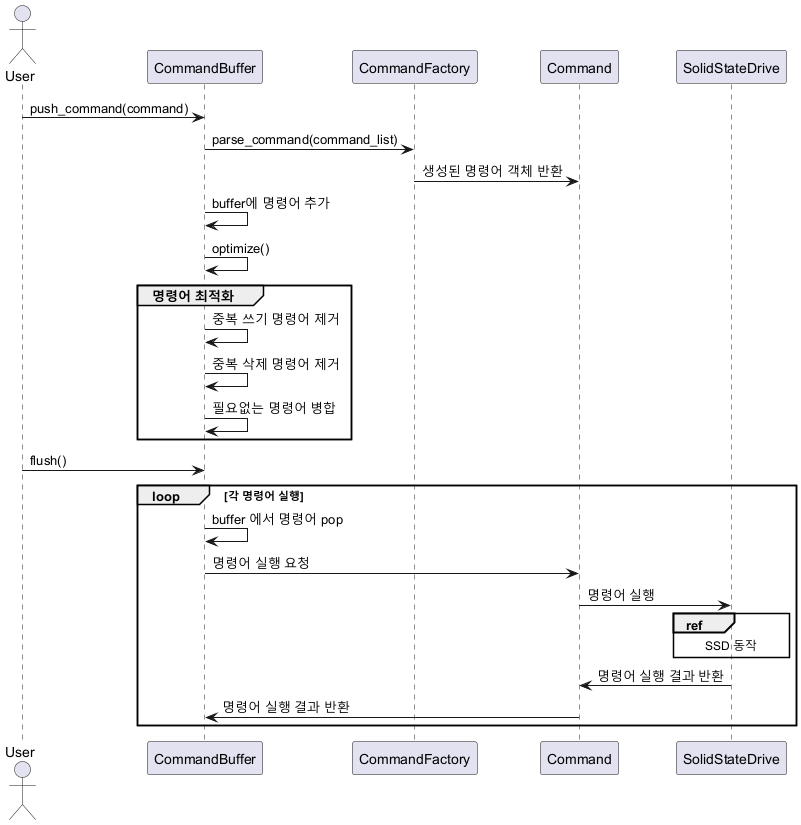
CRA7C/SSD keeps this PlantUML diagram as docs/_images/ssd/command_buffer_sequence.png. Above is the earlier version. The source it was exported from:
```plantuml
@startuml
actor User

participant CommandBuffer
participant CommandFactory
participant Command
participant SolidStateDrive

User -> CommandBuffer: push_command(command)
CommandBuffer -> CommandFactory: parse_command(command_list)
CommandFactory -> Command: 생성된 명령어 객체 반환
CommandBuffer -> CommandBuffer: buffer에 명령어 추가
CommandBuffer -> CommandBuffer: optimize()
group 명령어 최적화
    CommandBuffer -> CommandBuffer: 중복 쓰기 명령어 제거
    CommandBuffer -> CommandBuffer: 중복 삭제 명령어 제거
    CommandBuffer -> CommandBuffer: 필요없는 명령어 병합
end

User -> CommandBuffer: flush()
loop 각 명령어 실행
    CommandBuffer -> CommandBuffer: buffer 에서 명령어 pop
    CommandBuffer -> Command: 명령어 실행 요청
    Command -> SolidStateDrive: 명령어 실행
    ref over SolidStateDrive: SSD 동작
    SolidStateDrive -> Command: 명령어 실행 결과 반환
    Command -> CommandBuffer: 명령어 실행 결과 반환
end
@enduml
```
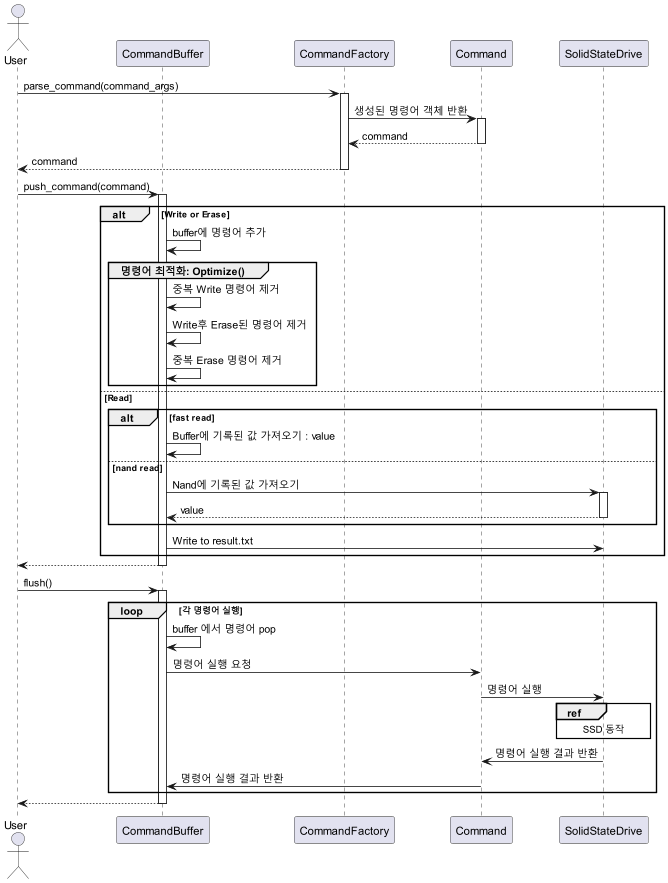
Later version of the same file.

Commit message:
[SSD UML] comand_buffer SequenceDiagram 추가.

Change to the diagram source:
```diff
@@ -6,18 +6,42 @@
 participant Command
 participant SolidStateDrive
 
+User -> CommandFactory: parse_command(command_args)
+Activate CommandFactory
+CommandFactory -> Command: 생성된 명령어 객체 반환
+Activate Command
+Command --> CommandFactory : command
+Deactivate Command
+CommandFactory --> User : command
+Deactivate CommandFactory
+
 User -> CommandBuffer: push_command(command)
-CommandBuffer -> CommandFactory: parse_command(command_list)
-CommandFactory -> Command: 생성된 명령어 객체 반환
-CommandBuffer -> CommandBuffer: buffer에 명령어 추가
-CommandBuffer -> CommandBuffer: optimize()
-group 명령어 최적화
-    CommandBuffer -> CommandBuffer: 중복 쓰기 명령어 제거
-    CommandBuffer -> CommandBuffer: 중복 삭제 명령어 제거
-    CommandBuffer -> CommandBuffer: 필요없는 명령어 병합
+Activate CommandBuffer
+alt Write or Erase
+    CommandBuffer -> CommandBuffer: buffer에 명령어 추가
+    group 명령어 최적화: Optimize()
+        CommandBuffer -> CommandBuffer: 중복 Write 명령어 제거
+        CommandBuffer -> CommandBuffer: Write후 Erase된 명령어 제거
+        CommandBuffer -> CommandBuffer: 중복 Erase 명령어 제거
+    end
+else Read
+    Activate CommandBuffer
+    alt fast read
+        CommandBuffer -> CommandBuffer: Buffer에 기록된 값 가져오기 : value
+    else nand read
+        CommandBuffer -> SolidStateDrive: Nand에 기록된 값 가져오기
+        Activate SolidStateDrive
+        SolidStateDrive --> CommandBuffer : value
+        Deactivate SolidStateDrive
+    end
+    CommandBuffer -> SolidStateDrive : Write to result.txt
 end
+CommandBuffer --> User :
+Deactivate CommandBuffer
+
 
 User -> CommandBuffer: flush()
+Activate CommandBuffer
 loop 각 명령어 실행
     CommandBuffer -> CommandBuffer: buffer 에서 명령어 pop
     CommandBuffer -> Command: 명령어 실행 요청
@@ -26,4 +50,6 @@
     SolidStateDrive -> Command: 명령어 실행 결과 반환
     Command -> CommandBuffer: 명령어 실행 결과 반환
 end
+CommandBuffer --> User
+Deactivate CommandBuffer
 @enduml
```
